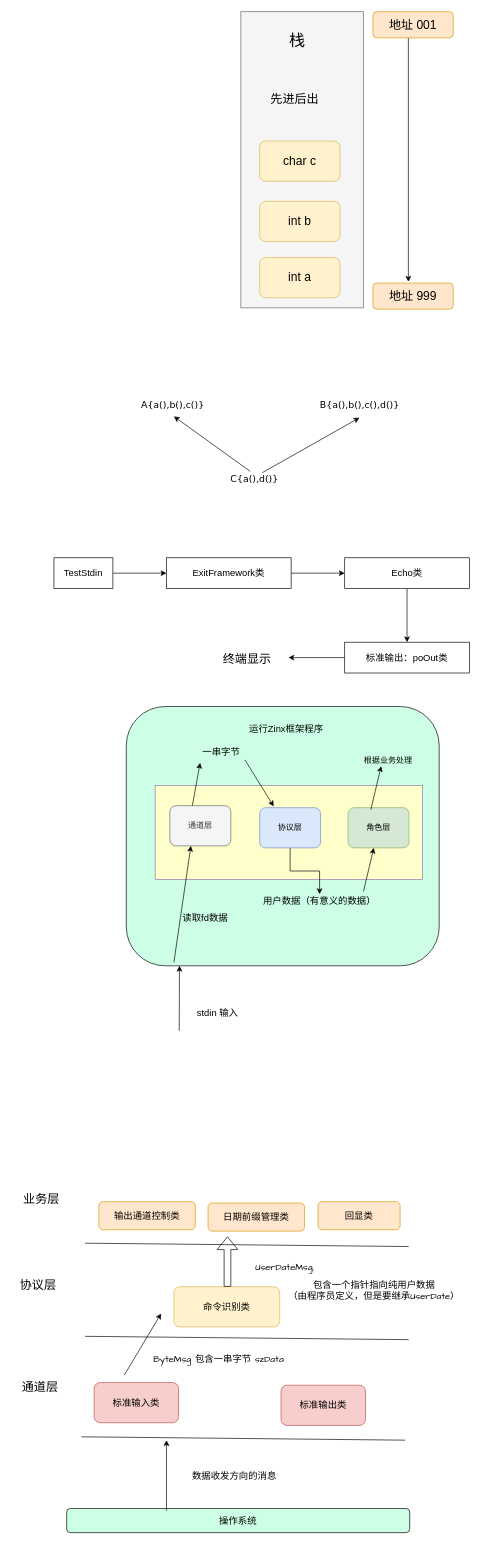
This is page "游戏服务器" (1 of 5) of docs/workSpacePic/流程图.drawio from kenlin-00/kendall-cpp-view, a draw.io file, before an edit. Source tidied: cells renumbered, new cells numbered last; positions are measured from the earlier drawing's top-left corner, leaving out a move shared by most shapes. Both pictures are drawn from the tidied source at 67%, with x=0, y=0 at pixel (11, 11).
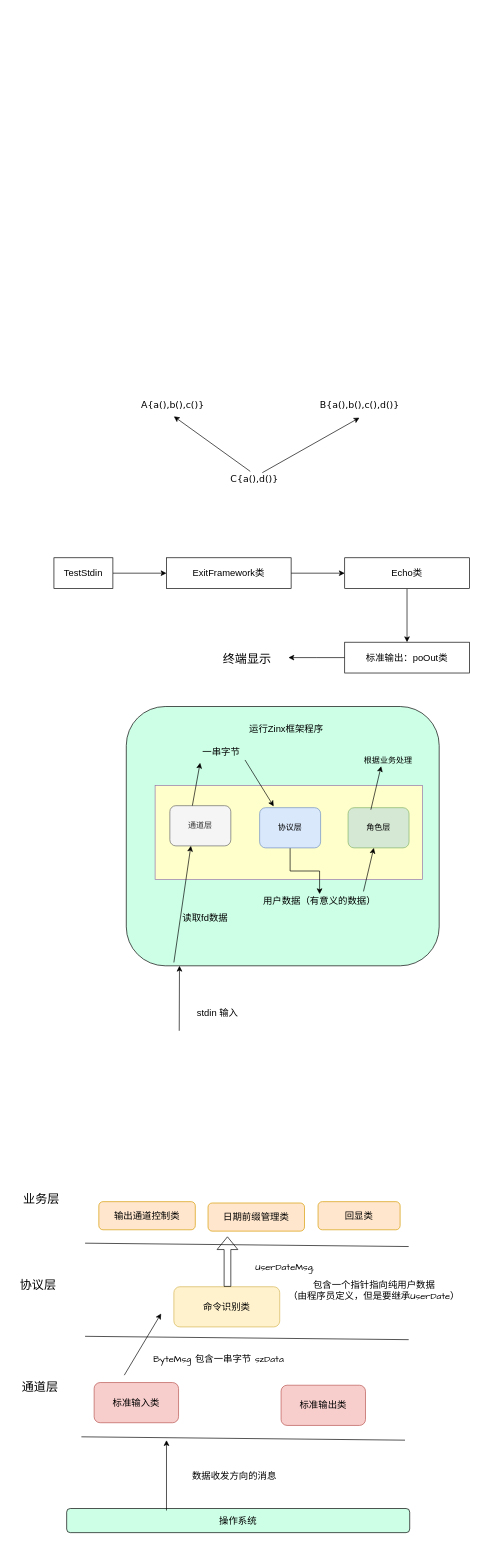
Above is the later version.

Diff of the diagram source:
```diff
@@
-    <mxCell id="2" style="rounded=0;whiteSpace=wrap;html=1;fillColor=#f5f5f5;strokeColor=#666666;fontColor=#333333;" parent="1" vertex="1">
-      <mxGeometry x="342" width="183" height="442" as="geometry" />
-    </mxCell>
-    <mxCell id="3" value="&lt;font style=&quot;font-size: 18px&quot;&gt;int a&lt;/font&gt;" style="rounded=1;whiteSpace=wrap;html=1;fillColor=#fff2cc;strokeColor=#d6b656;" parent="1" vertex="1">
-      <mxGeometry x="370" y="367" width="120" height="60" as="geometry" />
-    </mxCell>
-    <mxCell id="4" value="&lt;font style=&quot;font-size: 18px&quot;&gt;int b&lt;/font&gt;" style="rounded=1;whiteSpace=wrap;html=1;fillColor=#fff2cc;strokeColor=#d6b656;" parent="1" vertex="1">
-      <mxGeometry x="370" y="283" width="120" height="60" as="geometry" />
-    </mxCell>
-    <mxCell id="5" value="&lt;font style=&quot;font-size: 18px&quot;&gt;char c&lt;/font&gt;" style="rounded=1;whiteSpace=wrap;html=1;fillColor=#fff2cc;strokeColor=#d6b656;" parent="1" vertex="1">
-      <mxGeometry x="370" y="193" width="120" height="60" as="geometry" />
-    </mxCell>
-    <mxCell id="6" value="&lt;font style=&quot;font-size: 18px&quot;&gt;先进后出&lt;/font&gt;" style="text;html=1;strokeColor=none;fillColor=none;align=center;verticalAlign=middle;whiteSpace=wrap;rounded=0;" parent="1" vertex="1">
-      <mxGeometry x="370" y="121" width="105" height="20" as="geometry" />
-    </mxCell>
-    <mxCell id="7" value="&lt;font style=&quot;font-size: 24px&quot;&gt;栈&lt;/font&gt;" style="text;html=1;strokeColor=none;fillColor=none;align=center;verticalAlign=middle;whiteSpace=wrap;rounded=0;" parent="1" vertex="1">
-      <mxGeometry x="374" y="33" width="105" height="20" as="geometry" />
-    </mxCell>
-    <mxCell id="8" style="endArrow=classic;html=1;" parent="1" edge="1">
-      <mxGeometry relative="1" as="geometry">
-        <mxPoint x="592" y="39" as="sourcePoint" />
-        <mxPoint x="592" y="403" as="targetPoint" />
-      </mxGeometry>
-    </mxCell>
-    <mxCell id="9" value="&lt;font style=&quot;font-size: 18px&quot;&gt;地址 001&lt;/font&gt;" style="rounded=1;whiteSpace=wrap;html=1;fillColor=#ffe6cc;strokeColor=#d79b00;" parent="1" vertex="1">
-      <mxGeometry x="539" width="120" height="39" as="geometry" />
-    </mxCell>
-    <mxCell id="10" value="&lt;font style=&quot;font-size: 18px&quot;&gt;地址 999&lt;/font&gt;" style="rounded=1;whiteSpace=wrap;html=1;fillColor=#ffe6cc;strokeColor=#d79b00;" parent="1" vertex="1">
-      <mxGeometry x="539" y="405" width="120" height="39" as="geometry" />
-    </mxCell>
```
